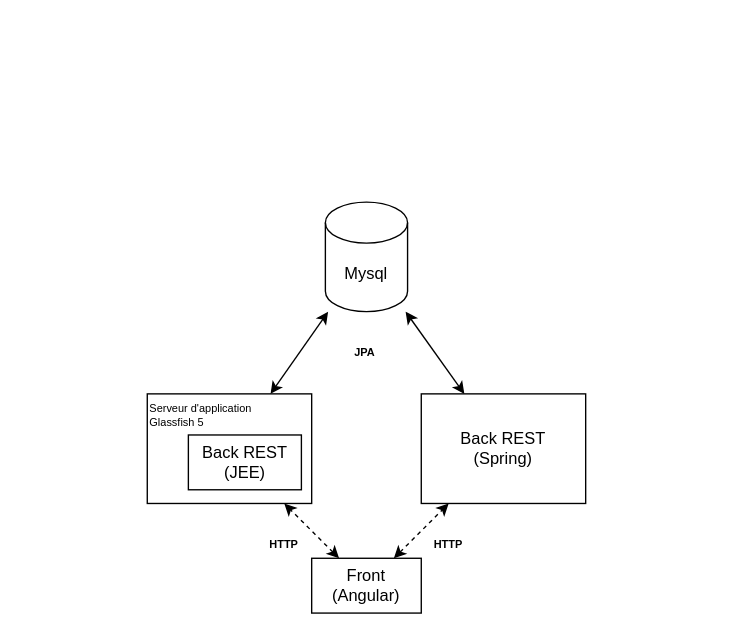
Before: doc/conception/global_architecture.drawio in Reynault/Auction-JEE, a draw.io diagram. Source tidied: cells renumbered, new cells numbered last; positions are measured from the earlier drawing's top-left corner, leaving out a move shared by most shapes. Both pictures are drawn from the tidied source at 137%, with x=0, y=0 at pixel (147, 201).
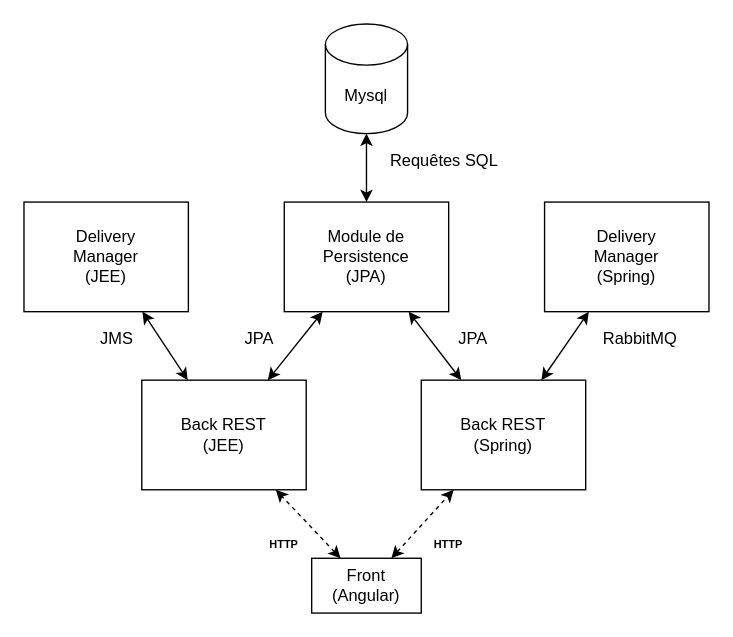
The same diagram, later.

Commit message:
modificaiton du diagramme de l'archi

The change refers to these unchanged cells:
```xml
<mxCell id="2" value="Front&lt;br&gt;(Angular)" style="rounded=0;whiteSpace=wrap;html=1;" parent="1" vertex="1">
  <mxGeometry x="120" y="260" width="80" height="40" as="geometry" />
</mxCell>
```

Diff of the diagram source:
```diff
@@
     <mxCell id="3" value="Back REST&lt;br&gt;(Spring)" style="rounded=0;whiteSpace=wrap;html=1;" parent="1" vertex="1">
-      <mxGeometry x="200" y="140" width="120" height="80" as="geometry" />
+      <mxGeometry x="200" y="130" width="120" height="80" as="geometry" />
     </mxCell>
@@
     <mxCell id="5" value="Mysql" style="shape=cylinder3;whiteSpace=wrap;html=1;boundedLbl=1;backgroundOutline=1;size=15;" parent="1" vertex="1">
-      <mxGeometry x="130" width="60" height="80" as="geometry" />
+      <mxGeometry x="130" y="-130" width="60" height="80" as="geometry" />
     </mxCell>
-    <mxCell id="6" style="endArrow=classic;html=1;startArrow=classic;startFill=1;dashed=1;" parent="1" edge="1" source="2" target="8">
-      <mxGeometry relative="1" as="geometry" />
-    </mxCell>
-    <mxCell id="7" style="group;" parent="1" vertex="1">
-      <mxGeometry y="140" width="120" height="80" as="geometry" />
-    </mxCell>
-    <mxCell id="8" value="Serveur d'application&lt;br style=&quot;font-size: 8px;&quot;&gt;Glassfish 5" style="rounded=0;whiteSpace=wrap;html=1;fontSize=8;align=left;verticalAlign=top;" parent="7" vertex="1">
-      <mxGeometry width="120" height="80" as="geometry" />
-    </mxCell>
-    <mxCell id="9" value="Back REST&lt;br&gt;(JEE)" style="rounded=0;whiteSpace=wrap;html=1;" parent="7" vertex="1">
-      <mxGeometry x="30" y="30" width="82.5" height="40" as="geometry" />
-    </mxCell>
-    <mxCell id="10" value="JPA" style="text;html=1;strokeColor=none;fillColor=none;align=center;verticalAlign=middle;whiteSpace=wrap;rounded=0;fontSize=8;fontStyle=1;" parent="1" vertex="1">
-      <mxGeometry x="144" y="100" width="30" height="20" as="geometry" />
-    </mxCell>
@@
-    <mxCell id="13" style="endArrow=classic;html=1;startArrow=classic;startFill=1;" parent="1" edge="1" source="5" target="3">
-      <mxGeometry relative="1" as="geometry" />
-    </mxCell>
-    <mxCell id="14" style="endArrow=classic;html=1;startArrow=classic;startFill=1;entryX=0.75;entryY=0;entryDx=0;entryDy=0;" parent="1" edge="1" source="5" target="8">
-      <mxGeometry relative="1" as="geometry" />
-    </mxCell>
+    <mxCell id="15" value="Module de&lt;br&gt;Persistence&lt;br&gt;(JPA)" style="rounded=0;whiteSpace=wrap;html=1;" parent="1" vertex="1">
+      <mxGeometry x="100" width="120" height="80" as="geometry" />
+    </mxCell>
+    <mxCell id="16" style="endArrow=classic;startArrow=classic;html=1;" parent="1" edge="1" source="9" target="15">
+      <mxGeometry relative="1" as="geometry" />
+    </mxCell>
+    <mxCell id="17" style="endArrow=classic;startArrow=classic;html=1;" parent="1" edge="1" source="3" target="15">
+      <mxGeometry relative="1" as="geometry" />
+    </mxCell>
+    <mxCell id="18" style="endArrow=classic;startArrow=classic;html=1;" parent="1" edge="1" source="15" target="5">
+      <mxGeometry relative="1" as="geometry" />
+    </mxCell>
+    <mxCell id="19" value="Requêtes SQL" style="text;html=1;strokeColor=none;fillColor=none;align=center;verticalAlign=middle;whiteSpace=wrap;rounded=0;" parent="1" vertex="1">
+      <mxGeometry x="174" y="-40" width="86" height="20" as="geometry" />
+    </mxCell>
+    <mxCell id="20" value="JPA" style="text;html=1;strokeColor=none;fillColor=none;align=center;verticalAlign=middle;whiteSpace=wrap;rounded=0;" parent="1" vertex="1">
+      <mxGeometry x="220" y="90" width="36" height="20" as="geometry" />
+    </mxCell>
+    <mxCell id="21" value="Delivery&lt;br&gt;Manager&lt;br&gt;(Spring)" style="rounded=0;whiteSpace=wrap;html=1;" parent="1" vertex="1">
+      <mxGeometry x="290" width="120" height="80" as="geometry" />
+    </mxCell>
+    <mxCell id="22" style="endArrow=classic;startArrow=classic;html=1;" parent="1" edge="1" source="3" target="21">
+      <mxGeometry relative="1" as="geometry" />
+    </mxCell>
+    <mxCell id="23" value="RabbitMQ" style="text;html=1;strokeColor=none;fillColor=none;align=center;verticalAlign=middle;whiteSpace=wrap;rounded=0;" parent="1" vertex="1">
+      <mxGeometry x="330" y="90" width="60" height="20" as="geometry" />
+    </mxCell>
+    <mxCell id="6" style="endArrow=classic;html=1;startArrow=classic;startFill=1;dashed=1;" parent="1" edge="1" source="2" target="9">
+      <mxGeometry relative="1" as="geometry" />
+    </mxCell>
+    <mxCell id="9" value="Back REST&lt;br&gt;(JEE)" style="rounded=0;whiteSpace=wrap;html=1;" parent="1" vertex="1">
+      <mxGeometry x="-4" y="130" width="120" height="80" as="geometry" />
+    </mxCell>
+    <mxCell id="24" value="Delivery&lt;br&gt;Manager&lt;br&gt;(JEE)" style="rounded=0;whiteSpace=wrap;html=1;" parent="1" vertex="1">
+      <mxGeometry x="-90" width="120" height="80" as="geometry" />
+    </mxCell>
+    <mxCell id="25" style="endArrow=classic;startArrow=classic;html=1;" parent="1" edge="1" source="24" target="9">
+      <mxGeometry x="100" y="350" as="geometry" />
+    </mxCell>
+    <mxCell id="26" value="JPA" style="text;html=1;strokeColor=none;fillColor=none;align=center;verticalAlign=middle;whiteSpace=wrap;rounded=0;" parent="1" vertex="1">
+      <mxGeometry x="64" y="90" width="36" height="20" as="geometry" />
+    </mxCell>
+    <mxCell id="27" value="JMS" style="text;html=1;strokeColor=none;fillColor=none;align=center;verticalAlign=middle;whiteSpace=wrap;rounded=0;" parent="1" vertex="1">
+      <mxGeometry x="-40" y="90" width="36" height="20" as="geometry" />
+    </mxCell>
```
